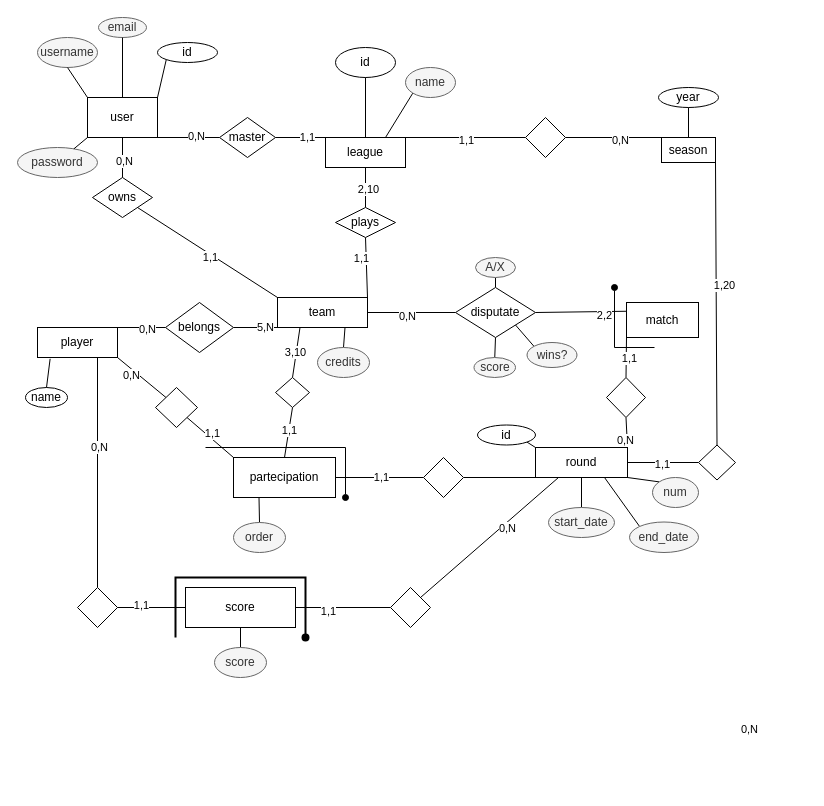
This is docs/er.drawio from SamueleFacenda/fantatt, a draw.io file, before an edit. Source tidied: cells renumbered, new cells numbered last; positions are measured from the earlier drawing's top-left corner, leaving out a move shared by most shapes. Both pictures are drawn from the tidied source at 100%, with x=0, y=0 at pixel (17, 17).
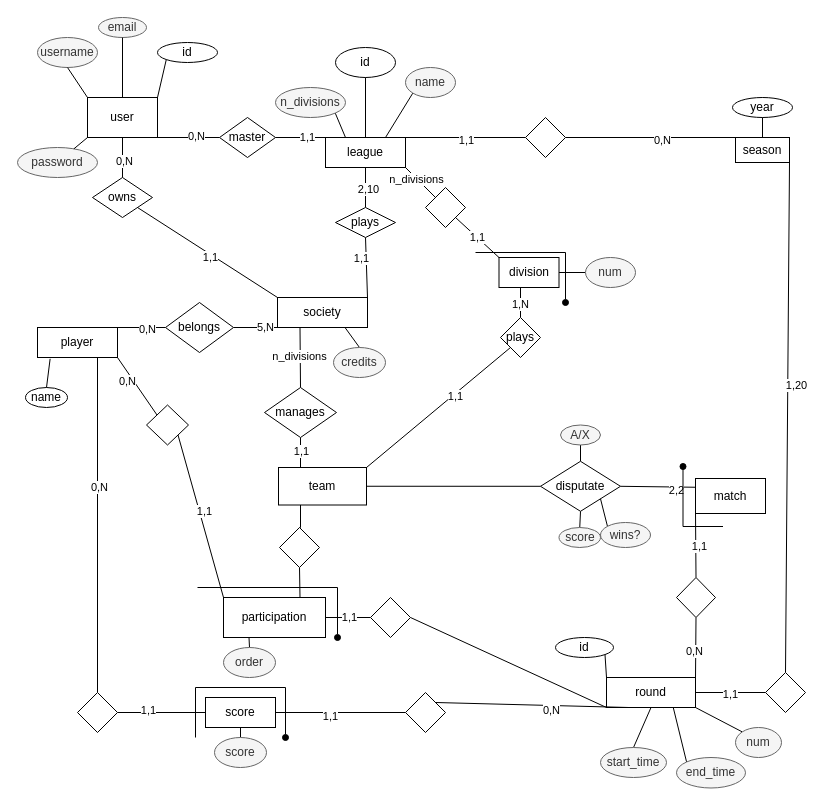
The same page after the edit.

Unchanged cells that the change refers to:
```xml
<mxCell id="6" value="league" style="rounded=0;whiteSpace=wrap;html=1;" parent="1" vertex="1">
  <mxGeometry x="308" y="120" width="80" height="30" as="geometry" />
</mxCell>
<mxCell id="46" style="rounded=0;jettySize=auto;html=1;exitX=1;exitY=0;exitDx=0;exitDy=0;entryX=0.5;entryY=1;entryDx=0;entryDy=0;endArrow=none;endFill=0;" parent="1" edge="1" source="48" target="78">
  <mxGeometry relative="1" as="geometry" />
</mxCell>
<mxCell id="57" style="rounded=0;jettySize=auto;html=1;exitX=1;exitY=0.5;exitDx=0;exitDy=0;entryX=0;entryY=1;entryDx=0;entryDy=0;endArrow=none;endFill=0;" parent="1" edge="1" source="59" target="48">
  <mxGeometry relative="1" as="geometry" />
</mxCell>
<mxCell id="99" style="edgeStyle=none;rounded=0;jettySize=auto;html=1;exitX=1;exitY=0.5;exitDx=0;exitDy=0;entryX=0;entryY=0.5;entryDx=0;entryDy=0;endArrow=none;endFill=0;" parent="1" edge="1" source="102" target="110">
  <mxGeometry relative="1" as="geometry" />
</mxCell>
<mxCell id="108" style="edgeStyle=none;rounded=0;jettySize=auto;html=1;exitX=1;exitY=0;exitDx=0;exitDy=0;entryX=0.25;entryY=1;entryDx=0;entryDy=0;endArrow=none;endFill=0;" parent="1" edge="1" source="110" target="48">
  <mxGeometry relative="1" as="geometry" />
</mxCell>
```

Diff of the diagram source:
```diff
@@
+    <mxCell id="116" style="rounded=0;jettySize=auto;html=1;exitX=1;exitY=1;exitDx=0;exitDy=0;entryX=0;entryY=0;entryDx=0;entryDy=0;endArrow=none;endFill=0;" parent="1" edge="1" source="6" target="134">
+      <mxGeometry relative="1" as="geometry" />
+    </mxCell>
+    <mxCell id="117" value="n_divisions" style="edgeLabel;html=1;align=center;verticalAlign=middle;" parent="116" vertex="1">
+      <mxGeometry x="-0.45" y="3" relative="1" as="geometry">
+        <mxPoint y="5" as="offset" />
+      </mxGeometry>
+    </mxCell>
+    <mxCell id="118" style="rounded=0;jettySize=auto;html=1;exitX=0.25;exitY=0;exitDx=0;exitDy=0;entryX=1;entryY=1;entryDx=0;entryDy=0;endArrow=none;endFill=0;" parent="1" edge="1" source="6" target="138">
+      <mxGeometry relative="1" as="geometry" />
+    </mxCell>
@@
-    <mxCell id="29" style="rounded=0;jettySize=auto;html=1;exitX=1;exitY=0.5;exitDx=0;exitDy=0;entryX=0;entryY=0.5;entryDx=0;entryDy=0;endArrow=none;endFill=0;" parent="1" edge="1" source="31" target="75">
-      <mxGeometry relative="1" as="geometry" />
-    </mxCell>
-    <mxCell id="30" value="0,N" style="edgeLabel;html=1;align=center;verticalAlign=middle;" parent="29" vertex="1">
-      <mxGeometry x="-0.11" y="-3" relative="1" as="geometry" />
-    </mxCell>
+    <mxCell id="119" style="rounded=0;jettySize=auto;html=1;exitX=0.25;exitY=1;exitDx=0;exitDy=0;entryX=0.5;entryY=0;entryDx=0;entryDy=0;endArrow=none;endFill=0;" parent="1" edge="1" source="31" target="127">
+      <mxGeometry relative="1" as="geometry" />
+    </mxCell>
+    <mxCell id="120" value="n_divisions" style="edgeLabel;html=1;align=center;verticalAlign=middle;" parent="119" vertex="1">
+      <mxGeometry x="-0.08" y="-1" relative="1" as="geometry" />
+    </mxCell>
-    <mxCell id="31" value="team" style="rounded=0;whiteSpace=wrap;html=1;" parent="1" vertex="1">
+    <mxCell id="31" value="society" style="rounded=0;whiteSpace=wrap;html=1;" parent="1" vertex="1">
       <mxGeometry x="260" y="280" width="90" height="30" as="geometry" />
     </mxCell>
@@
     <mxCell id="47" value="0,N" style="edgeLabel;html=1;align=center;verticalAlign=middle;" parent="46" vertex="1">
-      <mxGeometry x="-0.48" y="2" relative="1" as="geometry" />
+      <mxGeometry x="-0.48" y="2" relative="1" as="geometry">
+        <mxPoint y="-10" as="offset" />
+      </mxGeometry>
     </mxCell>
     <mxCell id="48" value="round" style="rounded=0;whiteSpace=wrap;html=1;" parent="1" vertex="1">
-      <mxGeometry x="518" y="430" width="92" height="30" as="geometry" />
+      <mxGeometry x="589" y="660" width="89" height="30" as="geometry" />
     </mxCell>
     <mxCell id="49" value="id" style="ellipse;whiteSpace=wrap;html=1;" parent="1" vertex="1">
-      <mxGeometry x="460" y="407.5" width="58" height="20" as="geometry" />
+      <mxGeometry x="538" y="620" width="58" height="20" as="geometry" />
     </mxCell>
-    <mxCell id="50" value="start_date" style="ellipse;whiteSpace=wrap;html=1;fillColor=#f5f5f5;fontColor=#333333;strokeColor=#666666;" parent="1" vertex="1">
-      <mxGeometry x="531" y="490" width="66" height="30" as="geometry" />
+    <mxCell id="50" value="start_time" style="ellipse;whiteSpace=wrap;html=1;fillColor=#f5f5f5;fontColor=#333333;strokeColor=#666666;" parent="1" vertex="1">
+      <mxGeometry x="583" y="730" width="66" height="30" as="geometry" />
     </mxCell>
@@
-    <mxCell id="53" style="rounded=0;jettySize=auto;html=1;exitX=0.5;exitY=0;exitDx=0;exitDy=0;entryX=0.5;entryY=1;entryDx=0;entryDy=0;endArrow=none;endFill=0;" parent="1" edge="1" source="56" target="67">
-      <mxGeometry relative="1" as="geometry" />
-    </mxCell>
-    <mxCell id="54" value="1,1" style="edgeLabel;html=1;align=center;verticalAlign=middle;" parent="53" vertex="1">
-      <mxGeometry x="0.1" relative="1" as="geometry" />
-    </mxCell>
@@
-    <mxCell id="56" value="partecipation" style="rounded=0;whiteSpace=wrap;html=1;" parent="1" vertex="1">
-      <mxGeometry x="216" y="440" width="102" height="40" as="geometry" />
+    <mxCell id="56" value="participation" style="rounded=0;whiteSpace=wrap;html=1;" parent="1" vertex="1">
+      <mxGeometry x="206" y="580" width="102" height="40" as="geometry" />
     </mxCell>
@@
-    <mxCell id="58" value="0,N" style="edgeLabel;html=1;align=center;verticalAlign=middle;" parent="57" vertex="1">
-      <mxGeometry x="-0.32" y="-1" relative="1" as="geometry">
-        <mxPoint x="261" y="250" as="offset" />
-      </mxGeometry>
-    </mxCell>
     <mxCell id="59" style="rhombus;whiteSpace=wrap;html=1;" parent="1" vertex="1">
-      <mxGeometry x="406" y="440" width="40" height="40" as="geometry" />
+      <mxGeometry x="353" y="580" width="40" height="40" as="geometry" />
     </mxCell>
@@
     <mxCell id="64" style="rhombus;whiteSpace=wrap;html=1;" parent="1" vertex="1">
-      <mxGeometry x="138" y="370" width="42" height="40" as="geometry" />
+      <mxGeometry x="129" y="387.5" width="42" height="40" as="geometry" />
     </mxCell>
-    <mxCell id="65" style="rounded=0;jettySize=auto;html=1;exitX=0.5;exitY=0;exitDx=0;exitDy=0;entryX=0.25;entryY=1;entryDx=0;entryDy=0;endArrow=none;endFill=0;" parent="1" edge="1" source="67" target="31">
-      <mxGeometry relative="1" as="geometry" />
-    </mxCell>
-    <mxCell id="66" value="3,10" style="edgeLabel;html=1;align=center;verticalAlign=middle;" parent="65" vertex="1">
-      <mxGeometry x="0.01" y="1" relative="1" as="geometry" />
-    </mxCell>
-    <mxCell id="67" style="rhombus;whiteSpace=wrap;html=1;" parent="1" vertex="1">
-      <mxGeometry x="258" y="360" width="34" height="30" as="geometry" />
-    </mxCell>
     <mxCell id="68" value="order" style="ellipse;whiteSpace=wrap;html=1;fillColor=#f5f5f5;fontColor=#333333;strokeColor=#666666;" parent="1" vertex="1">
-      <mxGeometry x="216" y="505" width="52" height="30" as="geometry" />
+      <mxGeometry x="206" y="630" width="52" height="30" as="geometry" />
     </mxCell>
     <mxCell id="69" style="endArrow=oval;html=1;rounded=0;endFill=1;" parent="1" edge="1">
       <mxGeometry relative="1" as="geometry">
-        <mxPoint x="188" y="430" as="sourcePoint" />
-        <mxPoint x="328" y="480" as="targetPoint" />
+        <mxPoint x="180" y="570" as="sourcePoint" />
+        <mxPoint x="320" y="620" as="targetPoint" />
         <Array as="points">
-          <mxPoint x="328" y="430" />
+          <mxPoint x="320" y="570" />
         </Array>
       </mxGeometry>
     </mxCell>
     <mxCell id="70" value="match" style="rounded=0;whiteSpace=wrap;html=1;" parent="1" vertex="1">
-      <mxGeometry x="609" y="285" width="72" height="35" as="geometry" />
+      <mxGeometry x="678" y="461" width="70" height="35" as="geometry" />
     </mxCell>
@@
     <mxCell id="75" value="disputate" style="rhombus;whiteSpace=wrap;html=1;" parent="1" vertex="1">
-      <mxGeometry x="438" y="270" width="80" height="50" as="geometry" />
+      <mxGeometry x="523" y="443.8" width="80" height="50" as="geometry" />
     </mxCell>
@@
     <mxCell id="78" style="rhombus;whiteSpace=wrap;html=1;" parent="1" vertex="1">
-      <mxGeometry x="589" y="360" width="39" height="40" as="geometry" />
+      <mxGeometry x="659" y="560" width="39" height="40" as="geometry" />
     </mxCell>
     <mxCell id="79" style="endArrow=oval;html=1;rounded=0;endFill=1;" parent="1" edge="1">
       <mxGeometry relative="1" as="geometry">
-        <mxPoint x="637" y="330" as="sourcePoint" />
-        <mxPoint x="597" y="270" as="targetPoint" />
+        <mxPoint x="705.5" y="509" as="sourcePoint" />
+        <mxPoint x="665.5" y="449" as="targetPoint" />
         <Array as="points">
-          <mxPoint x="597" y="330" />
+          <mxPoint x="665.5" y="509" />
         </Array>
       </mxGeometry>
     </mxCell>
     <mxCell id="80" value="score" style="ellipse;whiteSpace=wrap;html=1;fillColor=#f5f5f5;fontColor=#333333;strokeColor=#666666;" parent="1" vertex="1">
-      <mxGeometry x="456.5" y="340" width="41.5" height="20" as="geometry" />
+      <mxGeometry x="541.5" y="510" width="41.5" height="20" as="geometry" />
     </mxCell>
     <mxCell id="81" value="A/X" style="ellipse;whiteSpace=wrap;html=1;fillColor=#f5f5f5;fontColor=#333333;strokeColor=#666666;" parent="1" vertex="1">
-      <mxGeometry x="458" y="240" width="40" height="20" as="geometry" />
+      <mxGeometry x="543" y="407.5" width="40" height="20" as="geometry" />
     </mxCell>
@@
     <mxCell id="83" value="wins?" style="ellipse;whiteSpace=wrap;html=1;fillColor=#f5f5f5;fontColor=#333333;strokeColor=#666666;" parent="1" vertex="1">
-      <mxGeometry x="509.5" y="325" width="50" height="25" as="geometry" />
+      <mxGeometry x="583" y="505" width="50" height="25" as="geometry" />
     </mxCell>
@@
     <mxCell id="85" value="num" style="ellipse;whiteSpace=wrap;html=1;fillColor=#f5f5f5;fontColor=#333333;strokeColor=#666666;" parent="1" vertex="1">
-      <mxGeometry x="635" y="460" width="46" height="30" as="geometry" />
+      <mxGeometry x="718" y="710" width="46" height="30" as="geometry" />
     </mxCell>
@@
     <mxCell id="87" value="credits" style="ellipse;whiteSpace=wrap;html=1;fillColor=#f5f5f5;fontColor=#333333;strokeColor=#666666;" parent="1" vertex="1">
-      <mxGeometry x="300" y="330" width="52" height="30" as="geometry" />
+      <mxGeometry x="316" y="330" width="52" height="30" as="geometry" />
     </mxCell>
@@
     <mxCell id="91" value="season" style="rounded=0;whiteSpace=wrap;html=1;" parent="1" vertex="1">
-      <mxGeometry x="644" y="120" width="54" height="25" as="geometry" />
+      <mxGeometry x="718" y="120" width="54" height="25" as="geometry" />
     </mxCell>
     <mxCell id="92" value="year" style="ellipse;whiteSpace=wrap;html=1;" parent="1" vertex="1">
-      <mxGeometry x="641" y="70" width="60" height="20" as="geometry" />
+      <mxGeometry x="715" y="80" width="60" height="20" as="geometry" />
     </mxCell>
@@
     <mxCell id="98" style="rhombus;whiteSpace=wrap;html=1;" parent="1" vertex="1">
-      <mxGeometry x="681" y="427.5" width="37" height="35" as="geometry" />
+      <mxGeometry x="748" y="655" width="40" height="40" as="geometry" />
     </mxCell>
@@
     <mxCell id="100" value="1,1" style="edgeLabel;html=1;align=center;verticalAlign=middle;" parent="99" vertex="1">
-      <mxGeometry x="-0.33" y="-3" relative="1" as="geometry" />
+      <mxGeometry x="-0.33" y="-3" relative="1" as="geometry">
+        <mxPoint x="10" as="offset" />
+      </mxGeometry>
     </mxCell>
-    <mxCell id="101" style="edgeStyle=none;rounded=0;jettySize=auto;html=1;endArrow=none;endFill=0;" parent="1" edge="1" source="102" target="107">
-      <mxGeometry relative="1" as="geometry" />
-    </mxCell>
     <mxCell id="102" value="score" style="rounded=0;whiteSpace=wrap;html=1;" parent="1" vertex="1">
-      <mxGeometry x="168" y="570" width="110" height="40" as="geometry" />
+      <mxGeometry x="188" y="680" width="70" height="30" as="geometry" />
     </mxCell>
@@
     <mxCell id="107" style="rhombus;whiteSpace=wrap;html=1;" parent="1" vertex="1">
-      <mxGeometry x="60" y="570" width="40" height="40" as="geometry" />
+      <mxGeometry x="60" y="675" width="40" height="40" as="geometry" />
     </mxCell>
@@
     <mxCell id="109" value="0,N" style="edgeLabel;html=1;align=center;verticalAlign=middle;" parent="108" vertex="1">
-      <mxGeometry x="0.21" y="-4" relative="1" as="geometry" />
+      <mxGeometry x="0.21" y="-4" relative="1" as="geometry">
+        <mxPoint x="-1" as="offset" />
+      </mxGeometry>
     </mxCell>
     <mxCell id="110" style="rhombus;whiteSpace=wrap;html=1;" parent="1" vertex="1">
-      <mxGeometry x="373" y="570" width="40" height="40" as="geometry" />
+      <mxGeometry x="388" y="675" width="40" height="40" as="geometry" />
     </mxCell>
-    <mxCell id="111" style="endArrow=oval;html=1;strokeWidth=2;rounded=0;endFill=1;" parent="1" edge="1">
+    <mxCell id="111" style="endArrow=oval;html=1;strokeWidth=1;rounded=0;endFill=1;" parent="1" edge="1">
       <mxGeometry relative="1" as="geometry">
-        <mxPoint x="158" y="620" as="sourcePoint" />
-        <mxPoint x="288" y="620" as="targetPoint" />
+        <mxPoint x="178" y="720" as="sourcePoint" />
+        <mxPoint x="268" y="720" as="targetPoint" />
         <Array as="points">
-          <mxPoint x="158" y="560" />
-          <mxPoint x="288" y="560" />
+          <mxPoint x="178" y="670" />
+          <mxPoint x="268" y="670" />
         </Array>
       </mxGeometry>
     </mxCell>
@@
     <mxCell id="113" value="score" style="ellipse;whiteSpace=wrap;html=1;fillColor=#f5f5f5;fontColor=#333333;strokeColor=#666666;" parent="1" vertex="1">
-      <mxGeometry x="197" y="630" width="52" height="30" as="geometry" />
+      <mxGeometry x="197" y="720" width="52" height="30" as="geometry" />
     </mxCell>
@@
-    <mxCell id="115" value="end_date" style="ellipse;whiteSpace=wrap;html=1;fillColor=#f5f5f5;fontColor=#333333;strokeColor=#666666;" parent="1" vertex="1">
-      <mxGeometry x="612" y="504.5" width="69" height="30.5" as="geometry" />
+    <mxCell id="115" value="end_time" style="ellipse;whiteSpace=wrap;html=1;fillColor=#f5f5f5;fontColor=#333333;strokeColor=#666666;" parent="1" vertex="1">
+      <mxGeometry x="659" y="740" width="69" height="30.5" as="geometry" />
     </mxCell>
+    <mxCell id="121" style="rounded=0;jettySize=auto;html=1;exitX=1;exitY=0.5;exitDx=0;exitDy=0;entryX=0;entryY=0.5;entryDx=0;entryDy=0;endArrow=none;endFill=0;" parent="1" edge="1" source="124" target="75">
+      <mxGeometry relative="1" as="geometry" />
+    </mxCell>
+    <mxCell id="122" style="rounded=0;jettySize=auto;html=1;exitX=1;exitY=0;exitDx=0;exitDy=0;entryX=0;entryY=1;entryDx=0;entryDy=0;endArrow=none;endFill=0;" parent="1" edge="1" source="124" target="137">
+      <mxGeometry relative="1" as="geometry" />
+    </mxCell>
+    <mxCell id="123" value="1,1" style="edgeLabel;html=1;align=center;verticalAlign=middle;" parent="122" vertex="1">
+      <mxGeometry x="0.22" y="-2" relative="1" as="geometry" />
+    </mxCell>
+    <mxCell id="124" value="team" style="whiteSpace=wrap;html=1;" parent="1" vertex="1">
+      <mxGeometry x="261" y="450" width="88" height="37.5" as="geometry" />
+    </mxCell>
+    <mxCell id="125" style="rounded=0;jettySize=auto;html=1;exitX=0.5;exitY=1;exitDx=0;exitDy=0;entryX=0.25;entryY=0;entryDx=0;entryDy=0;endArrow=none;endFill=0;" parent="1" edge="1" source="127" target="124">
+      <mxGeometry relative="1" as="geometry" />
+    </mxCell>
+    <mxCell id="126" value="1,1" style="edgeLabel;html=1;align=center;verticalAlign=middle;" parent="125" vertex="1">
+      <mxGeometry x="-0.16" relative="1" as="geometry" />
+    </mxCell>
+    <mxCell id="127" value="manages" style="rhombus;whiteSpace=wrap;html=1;" parent="1" vertex="1">
+      <mxGeometry x="247" y="370" width="72" height="50" as="geometry" />
+    </mxCell>
+    <mxCell id="128" style="rounded=0;jettySize=auto;html=1;exitX=1;exitY=0.5;exitDx=0;exitDy=0;entryX=0;entryY=0.5;entryDx=0;entryDy=0;endArrow=none;endFill=0;" parent="1" edge="1" source="131" target="135">
+      <mxGeometry relative="1" as="geometry" />
+    </mxCell>
+    <mxCell id="129" style="edgeStyle=orthogonalEdgeStyle;rounded=0;jettySize=auto;html=1;exitX=0.5;exitY=1;exitDx=0;exitDy=0;entryX=0.5;entryY=0;entryDx=0;entryDy=0;endArrow=none;endFill=0;" parent="1" edge="1" source="131" target="137">
+      <mxGeometry relative="1" as="geometry" />
+    </mxCell>
+    <mxCell id="130" value="1,N" style="edgeLabel;html=1;align=center;verticalAlign=middle;" parent="129" vertex="1">
+      <mxGeometry x="0.5" y="-3" relative="1" as="geometry">
+        <mxPoint x="2" y="-4" as="offset" />
+      </mxGeometry>
+    </mxCell>
+    <mxCell id="131" value="division" style="whiteSpace=wrap;html=1;" parent="1" vertex="1">
+      <mxGeometry x="481.5" y="240" width="60" height="30" as="geometry" />
+    </mxCell>
+    <mxCell id="132" style="rounded=0;jettySize=auto;html=1;exitX=1;exitY=1;exitDx=0;exitDy=0;entryX=0;entryY=0;entryDx=0;entryDy=0;endArrow=none;endFill=0;" parent="1" edge="1" source="134" target="131">
+      <mxGeometry relative="1" as="geometry" />
+    </mxCell>
+    <mxCell id="133" value="1,1" style="edgeLabel;html=1;align=center;verticalAlign=middle;" parent="132" vertex="1">
+      <mxGeometry x="-0.01" relative="1" as="geometry" />
+    </mxCell>
+    <mxCell id="134" style="rhombus;whiteSpace=wrap;html=1;" parent="1" vertex="1">
+      <mxGeometry x="408" y="170" width="40" height="40" as="geometry" />
+    </mxCell>
+    <mxCell id="135" value="num" style="ellipse;whiteSpace=wrap;html=1;fillColor=#f5f5f5;fontColor=#333333;strokeColor=#666666;" parent="1" vertex="1">
+      <mxGeometry x="568" y="240" width="50" height="30" as="geometry" />
+    </mxCell>
+    <mxCell id="136" style="edgeStyle=none;orthogonalLoop=1;jettySize=auto;html=1;rounded=0;startArrow=oval;startFill=1;endArrow=none;endFill=0;" parent="1" edge="1">
+      <mxGeometry relative="1" as="geometry">
+        <mxPoint x="548" y="285" as="sourcePoint" />
+        <mxPoint x="458" y="235" as="targetPoint" />
+        <Array as="points">
+          <mxPoint x="548" y="235" />
+        </Array>
+      </mxGeometry>
+    </mxCell>
+    <mxCell id="137" value="plays" style="rhombus;whiteSpace=wrap;html=1;" parent="1" vertex="1">
+      <mxGeometry x="483" y="300" width="40" height="40" as="geometry" />
+    </mxCell>
+    <mxCell id="138" value="n_divisions" style="ellipse;whiteSpace=wrap;html=1;fillColor=#f5f5f5;fontColor=#333333;strokeColor=#666666;" parent="1" vertex="1">
+      <mxGeometry x="258" y="70" width="70" height="30" as="geometry" />
+    </mxCell>
+    <mxCell id="139" style="rounded=0;jettySize=auto;html=1;exitX=0.5;exitY=1;exitDx=0;exitDy=0;entryX=0.75;entryY=0;entryDx=0;entryDy=0;endArrow=none;endFill=0;" parent="1" edge="1" source="141" target="56">
+      <mxGeometry relative="1" as="geometry" />
+    </mxCell>
+    <mxCell id="140" style="edgeStyle=orthogonalEdgeStyle;rounded=0;jettySize=auto;html=1;exitX=0.5;exitY=0;exitDx=0;exitDy=0;entryX=0.25;entryY=1;entryDx=0;entryDy=0;endArrow=none;endFill=0;" parent="1" edge="1" source="141" target="124">
+      <mxGeometry relative="1" as="geometry" />
+    </mxCell>
+    <mxCell id="141" style="rhombus;whiteSpace=wrap;html=1;" parent="1" vertex="1">
+      <mxGeometry x="262" y="510" width="40" height="40" as="geometry" />
+    </mxCell>
```
